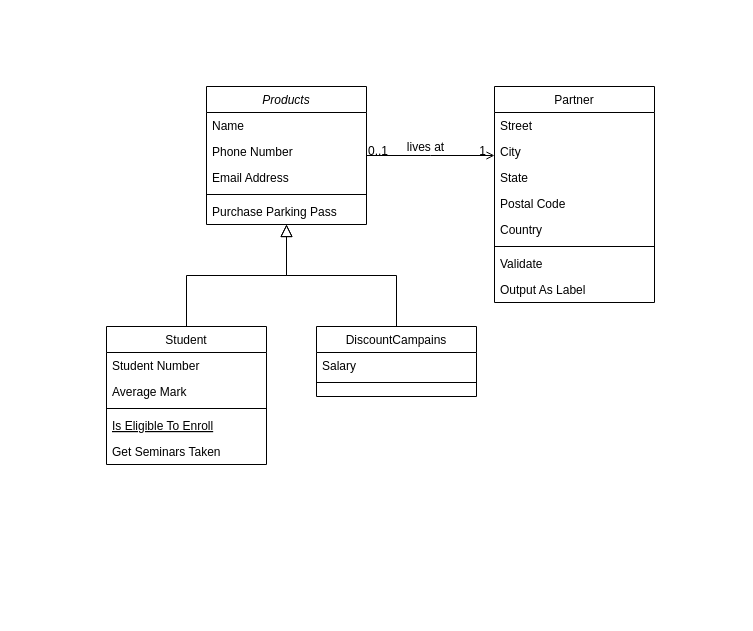
Earlier version of the draw.io diagram Untitled Diagram.drawio (bgabrielma/RigForge). Source tidied: cells renumbered, new cells numbered last; positions are measured from the earlier drawing's top-left corner, leaving out a move shared by most shapes. Both pictures are drawn from the tidied source at 100%, with x=0, y=0 at pixel (106, 86).
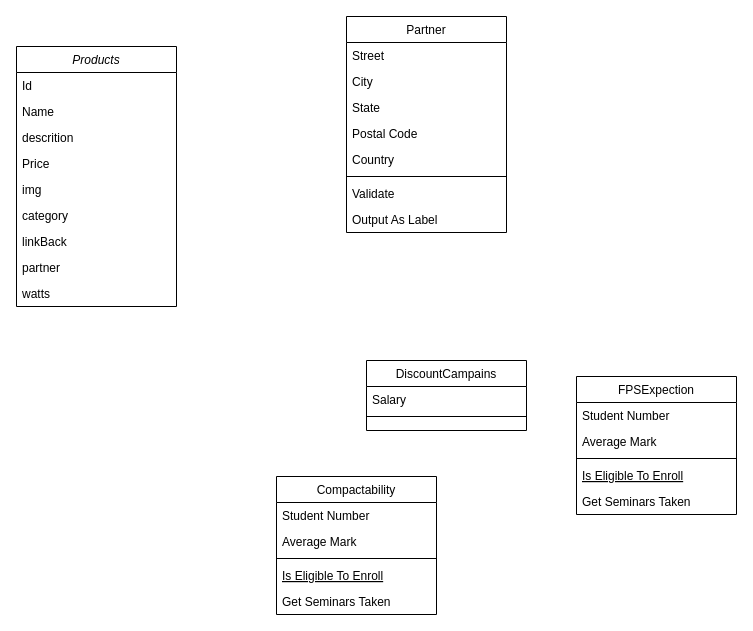
After the change.

Diff of the diagram source:
```diff
@@
     <mxCell id="2" value="Products" style="swimlane;fontStyle=2;align=center;verticalAlign=top;horizontal=1;startSize=26;rounded=0;shadow=0;strokeWidth=1;" parent="1" vertex="1">
-      <mxGeometry x="100" width="160" height="138" as="geometry" />
+      <mxGeometry x="-90" y="-40" width="160" height="260" as="geometry" />
     </mxCell>
-    <mxCell id="3" value="Name" style="text;align=left;verticalAlign=top;spacingLeft=4;spacingRight=4;overflow=hidden;" parent="2" vertex="1">
+    <mxCell id="3" value="Id" style="text;align=left;verticalAlign=top;spacingLeft=4;spacingRight=4;overflow=hidden;" parent="2" vertex="1">
       <mxGeometry y="26" width="160" height="26" as="geometry" />
     </mxCell>
-    <mxCell id="4" value="Phone Number" style="text;align=left;verticalAlign=top;spacingLeft=4;spacingRight=4;overflow=hidden;rounded=0;shadow=0;html=0;" parent="2" vertex="1">
+    <mxCell id="4" value="Name" style="text;align=left;verticalAlign=top;spacingLeft=4;spacingRight=4;overflow=hidden;rounded=0;shadow=0;html=0;" parent="2" vertex="1">
       <mxGeometry y="52" width="160" height="26" as="geometry" />
     </mxCell>
-    <mxCell id="5" value="Email Address" style="text;align=left;verticalAlign=top;spacingLeft=4;spacingRight=4;overflow=hidden;rounded=0;shadow=0;html=0;" parent="2" vertex="1">
+    <mxCell id="5" value="descrition" style="text;align=left;verticalAlign=top;spacingLeft=4;spacingRight=4;overflow=hidden;rounded=0;shadow=0;html=0;" parent="2" vertex="1">
       <mxGeometry y="78" width="160" height="26" as="geometry" />
     </mxCell>
-    <mxCell id="6" style="line;html=1;strokeWidth=1;align=left;verticalAlign=middle;spacingTop=-1;spacingLeft=3;spacingRight=3;labelPosition=right;" parent="2" vertex="1">
-      <mxGeometry y="104" width="160" height="8" as="geometry" />
-    </mxCell>
-    <mxCell id="7" value="Purchase Parking Pass" style="text;align=left;verticalAlign=top;spacingLeft=4;spacingRight=4;overflow=hidden;" parent="2" vertex="1">
-      <mxGeometry y="112" width="160" height="26" as="geometry" />
-    </mxCell>
+    <mxCell id="32" value="Price" style="text;align=left;verticalAlign=top;spacingLeft=4;spacingRight=4;overflow=hidden;rounded=0;shadow=0;html=0;" parent="2" vertex="1">
+      <mxGeometry y="104" width="160" height="26" as="geometry" />
+    </mxCell>
+    <mxCell id="33" value="img" style="text;align=left;verticalAlign=top;spacingLeft=4;spacingRight=4;overflow=hidden;rounded=0;shadow=0;html=0;" parent="2" vertex="1">
+      <mxGeometry y="130" width="160" height="26" as="geometry" />
+    </mxCell>
+    <mxCell id="34" value="category" style="text;align=left;verticalAlign=top;spacingLeft=4;spacingRight=4;overflow=hidden;rounded=0;shadow=0;html=0;" parent="2" vertex="1">
+      <mxGeometry y="156" width="160" height="26" as="geometry" />
+    </mxCell>
+    <mxCell id="35" value="linkBack" style="text;align=left;verticalAlign=top;spacingLeft=4;spacingRight=4;overflow=hidden;rounded=0;shadow=0;html=0;" parent="2" vertex="1">
+      <mxGeometry y="182" width="160" height="26" as="geometry" />
+    </mxCell>
+    <mxCell id="36" value="partner" style="text;align=left;verticalAlign=top;spacingLeft=4;spacingRight=4;overflow=hidden;rounded=0;shadow=0;html=0;" parent="2" vertex="1">
+      <mxGeometry y="208" width="160" height="26" as="geometry" />
+    </mxCell>
+    <mxCell id="37" value="watts" style="text;align=left;verticalAlign=top;spacingLeft=4;spacingRight=4;overflow=hidden;rounded=0;shadow=0;html=0;" parent="2" vertex="1">
+      <mxGeometry y="234" width="160" height="26" as="geometry" />
+    </mxCell>
-    <mxCell id="8" value="Student" style="swimlane;fontStyle=0;align=center;verticalAlign=top;horizontal=1;startSize=26;rounded=0;shadow=0;strokeWidth=1;" parent="1" vertex="1">
-      <mxGeometry y="240" width="160" height="138" as="geometry" />
+    <mxCell id="8" value="Compactability" style="swimlane;fontStyle=0;align=center;verticalAlign=top;horizontal=1;startSize=26;rounded=0;shadow=0;strokeWidth=1;" parent="1" vertex="1">
+      <mxGeometry x="170" y="390" width="160" height="138" as="geometry" />
     </mxCell>
@@
-    <mxCell id="14" style="endArrow=block;endSize=10;endFill=0;shadow=0;strokeWidth=1;rounded=0;edgeStyle=elbowEdgeStyle;elbow=vertical;" parent="1" edge="1" source="8" target="2">
-      <mxGeometry relative="1" as="geometry" />
-    </mxCell>
     <mxCell id="15" value="DiscountCampains" style="swimlane;fontStyle=0;align=center;verticalAlign=top;horizontal=1;startSize=26;rounded=0;shadow=0;strokeWidth=1;" parent="1" vertex="1">
-      <mxGeometry x="210" y="240" width="160" height="70" as="geometry" />
+      <mxGeometry x="260" y="274" width="160" height="70" as="geometry" />
     </mxCell>
@@
-    <mxCell id="18" style="endArrow=block;endSize=10;endFill=0;shadow=0;strokeWidth=1;rounded=0;edgeStyle=elbowEdgeStyle;elbow=vertical;" parent="1" edge="1" source="15" target="2">
-      <mxGeometry relative="1" as="geometry" />
-    </mxCell>
     <mxCell id="19" value="Partner" style="swimlane;fontStyle=0;align=center;verticalAlign=top;horizontal=1;startSize=26;rounded=0;shadow=0;strokeWidth=1;" parent="1" vertex="1">
-      <mxGeometry x="388" width="160" height="216" as="geometry" />
+      <mxGeometry x="240" y="-70" width="160" height="216" as="geometry" />
     </mxCell>
@@
-    <mxCell id="28" style="endArrow=open;shadow=0;strokeWidth=1;rounded=0;endFill=1;edgeStyle=elbowEdgeStyle;elbow=vertical;" parent="1" edge="1" source="2" target="19">
-      <mxGeometry x="0.5" y="41" relative="1" as="geometry">
-        <mxPoint x="-40" y="32" as="offset" />
-      </mxGeometry>
-    </mxCell>
-    <mxCell id="29" value="0..1" style="align=left;verticalAlign=bottom;labelBackgroundColor=none;fontSize=12;" parent="28" vertex="1">
-      <mxGeometry x="-1" relative="1" as="geometry">
-        <mxPoint y="4" as="offset" />
-      </mxGeometry>
-    </mxCell>
-    <mxCell id="30" value="1" style="align=right;verticalAlign=bottom;labelBackgroundColor=none;fontSize=12;" parent="28" vertex="1">
-      <mxGeometry x="1" relative="1" as="geometry">
-        <mxPoint x="-7" y="4" as="offset" />
-      </mxGeometry>
-    </mxCell>
-    <mxCell id="31" value="lives at" style="text;html=1;align=center;verticalAlign=middle;labelBackgroundColor=none;rounded=0;shadow=0;strokeWidth=1;fontSize=12;" parent="28" vertex="1">
-      <mxGeometry x="0.5" y="49" relative="1" as="geometry">
-        <mxPoint x="-38" y="40" as="offset" />
-      </mxGeometry>
-    </mxCell>
+    <mxCell id="38" value="FPSExpection" style="swimlane;fontStyle=0;align=center;verticalAlign=top;horizontal=1;startSize=26;rounded=0;shadow=0;strokeWidth=1;" parent="1" vertex="1">
+      <mxGeometry x="470" y="290" width="160" height="138" as="geometry" />
+    </mxCell>
+    <mxCell id="39" value="Student Number" style="text;align=left;verticalAlign=top;spacingLeft=4;spacingRight=4;overflow=hidden;" parent="38" vertex="1">
+      <mxGeometry y="26" width="160" height="26" as="geometry" />
+    </mxCell>
+    <mxCell id="40" value="Average Mark" style="text;align=left;verticalAlign=top;spacingLeft=4;spacingRight=4;overflow=hidden;rounded=0;shadow=0;html=0;" parent="38" vertex="1">
+      <mxGeometry y="52" width="160" height="26" as="geometry" />
+    </mxCell>
+    <mxCell id="41" style="line;html=1;strokeWidth=1;align=left;verticalAlign=middle;spacingTop=-1;spacingLeft=3;spacingRight=3;labelPosition=right;" parent="38" vertex="1">
+      <mxGeometry y="78" width="160" height="8" as="geometry" />
+    </mxCell>
+    <mxCell id="42" value="Is Eligible To Enroll" style="text;align=left;verticalAlign=top;spacingLeft=4;spacingRight=4;overflow=hidden;fontStyle=4;" parent="38" vertex="1">
+      <mxGeometry y="86" width="160" height="26" as="geometry" />
+    </mxCell>
+    <mxCell id="43" value="Get Seminars Taken" style="text;align=left;verticalAlign=top;spacingLeft=4;spacingRight=4;overflow=hidden;" parent="38" vertex="1">
+      <mxGeometry y="112" width="160" height="26" as="geometry" />
+    </mxCell>
```
